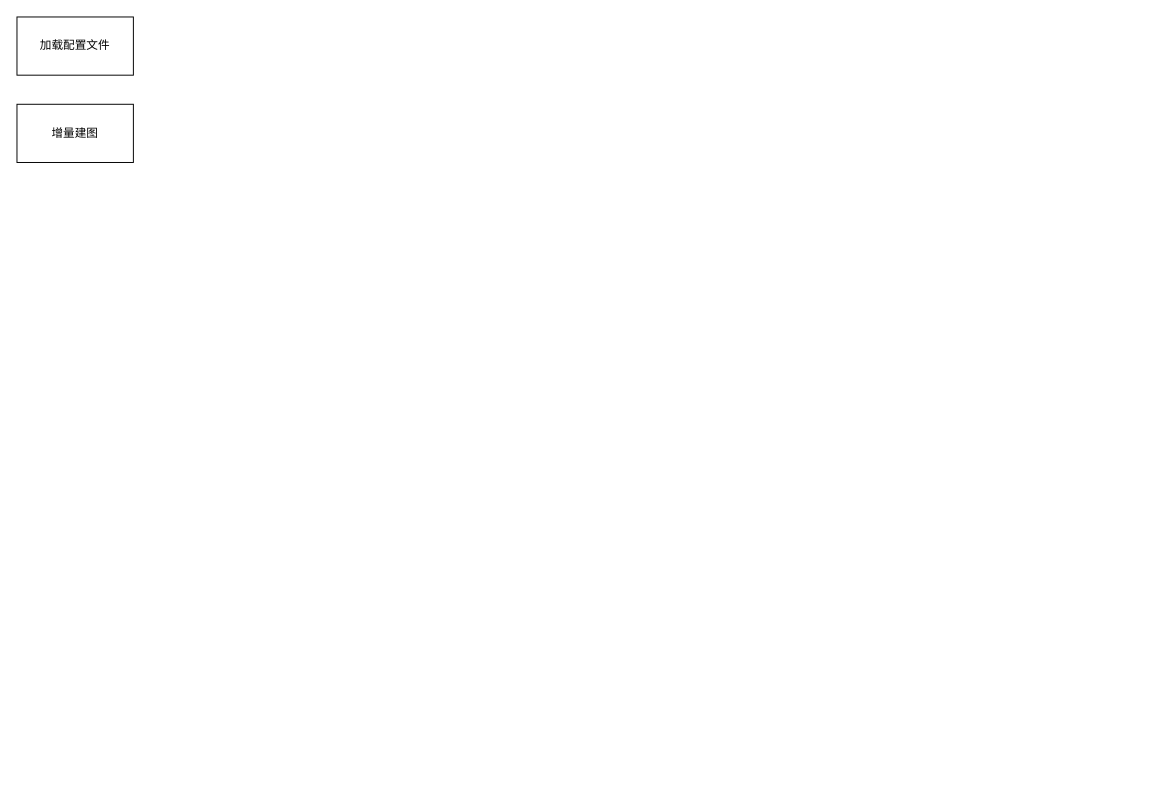
Above: flowchart.drawio in countsp/RoadLib (draw.io), before the change. Source tidied: cells renumbered, new cells numbered last; positions are measured from the earlier drawing's top-left corner, leaving out a move shared by most shapes. Both pictures are drawn from the tidied source at 97%, with x=0, y=0 at pixel (16, 16).
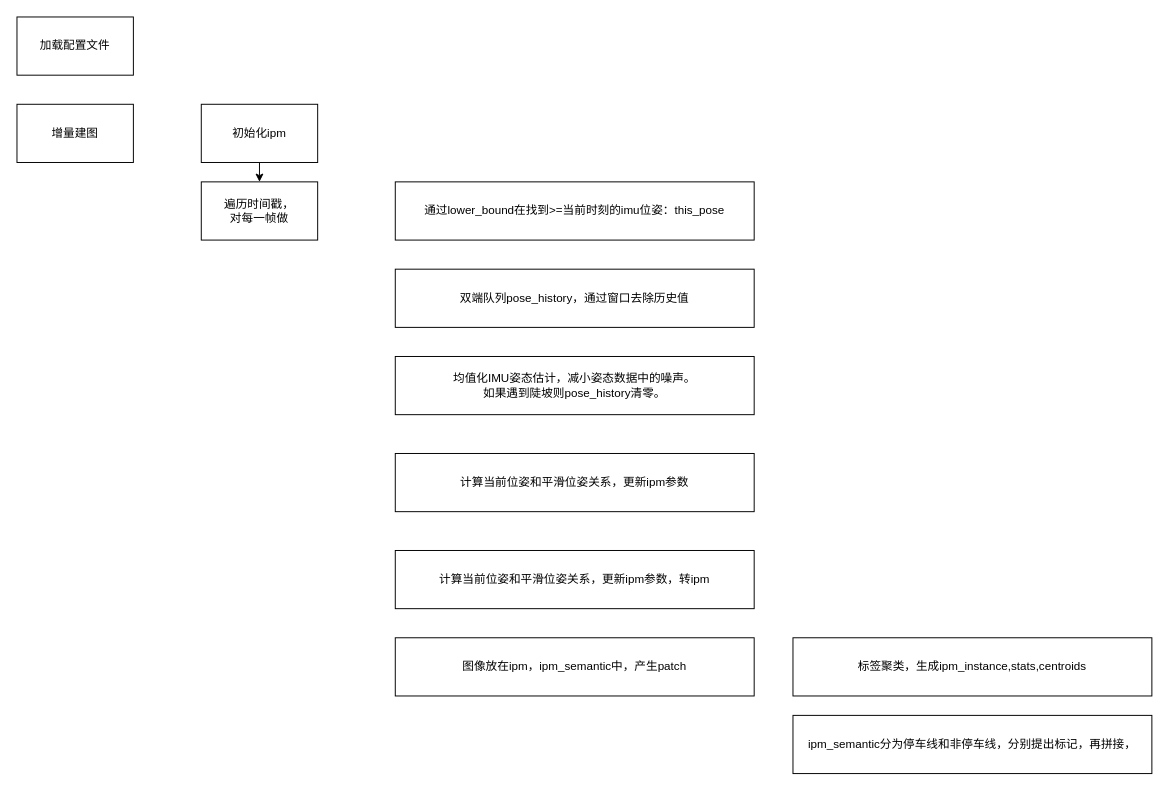
Above is the later version.

The edit, as a diff of the source:
```diff
@@
 <mxGraphModel>
   <root>
     <mxCell id="0" />
     <mxCell id="1" parent="0" />
     <mxCell id="2" value="加载配置文件" style="rounded=0;whiteSpace=wrap;html=1;" parent="1" vertex="1">
       <mxGeometry width="120" height="60" as="geometry" />
     </mxCell>
     <mxCell id="3" value="增量建图" style="rounded=0;whiteSpace=wrap;html=1;" parent="1" vertex="1">
       <mxGeometry y="90" width="120" height="60" as="geometry" />
     </mxCell>
+    <mxCell id="4" style="edgeStyle=orthogonalEdgeStyle;rounded=0;jettySize=auto;html=1;exitX=0.5;exitY=1;exitDx=0;exitDy=0;entryX=0.5;entryY=0;entryDx=0;entryDy=0;" parent="1" edge="1" source="5" target="6">
+      <mxGeometry relative="1" as="geometry" />
+    </mxCell>
+    <mxCell id="5" value="初始化ipm" style="rounded=0;whiteSpace=wrap;html=1;" parent="1" vertex="1">
+      <mxGeometry x="190" y="90" width="120" height="60" as="geometry" />
+    </mxCell>
+    <mxCell id="6" value="&lt;div&gt;遍历时间戳，&lt;/div&gt;&lt;div&gt;对每一帧做&lt;/div&gt;" style="rounded=0;whiteSpace=wrap;html=1;" parent="1" vertex="1">
+      <mxGeometry x="190" y="170" width="120" height="60" as="geometry" />
+    </mxCell>
+    <mxCell id="7" value="通过lower_bound在找到&amp;gt;=当前时刻的imu位姿：this_pose" style="rounded=0;whiteSpace=wrap;html=1;" parent="1" vertex="1">
+      <mxGeometry x="390" y="170" width="370" height="60" as="geometry" />
+    </mxCell>
+    <mxCell id="8" value="双端队列pose_history，通过窗口去除历史值" style="rounded=0;whiteSpace=wrap;html=1;" parent="1" vertex="1">
+      <mxGeometry x="390" y="260" width="370" height="60" as="geometry" />
+    </mxCell>
+    <mxCell id="9" value="&lt;div&gt;均值化IMU姿态估计，减小姿态数据中的噪声。&lt;/div&gt;&lt;div&gt;如果遇到陡坡则pose_history清零。&lt;br&gt;&lt;/div&gt;" style="rounded=0;whiteSpace=wrap;html=1;" parent="1" vertex="1">
+      <mxGeometry x="390" y="350" width="370" height="60" as="geometry" />
+    </mxCell>
+    <mxCell id="10" value="计算当前位姿和平滑位姿关系，更新ipm参数" style="rounded=0;whiteSpace=wrap;html=1;" parent="1" vertex="1">
+      <mxGeometry x="390" y="450" width="370" height="60" as="geometry" />
+    </mxCell>
+    <mxCell id="11" value="计算当前位姿和平滑位姿关系，更新ipm参数，转ipm" style="rounded=0;whiteSpace=wrap;html=1;" parent="1" vertex="1">
+      <mxGeometry x="390" y="550" width="370" height="60" as="geometry" />
+    </mxCell>
+    <mxCell id="12" value="&lt;div&gt;图像放在ipm，ipm_semantic中，产生patch&lt;/div&gt;" style="rounded=0;whiteSpace=wrap;html=1;" parent="1" vertex="1">
+      <mxGeometry x="390" y="640" width="370" height="60" as="geometry" />
+    </mxCell>
+    <mxCell id="13" value="标签聚类，生成ipm_instance,stats,centroids" style="rounded=0;whiteSpace=wrap;html=1;" parent="1" vertex="1">
+      <mxGeometry x="800" y="640" width="370" height="60" as="geometry" />
+    </mxCell>
+    <mxCell id="14" value="ipm_semantic分为停车线和非停车线，分别提出标记，再拼接，" style="rounded=0;whiteSpace=wrap;html=1;" parent="1" vertex="1">
+      <mxGeometry x="800" y="720" width="370" height="60" as="geometry" />
+    </mxCell>
   </root>
 </mxGraphModel>
```
